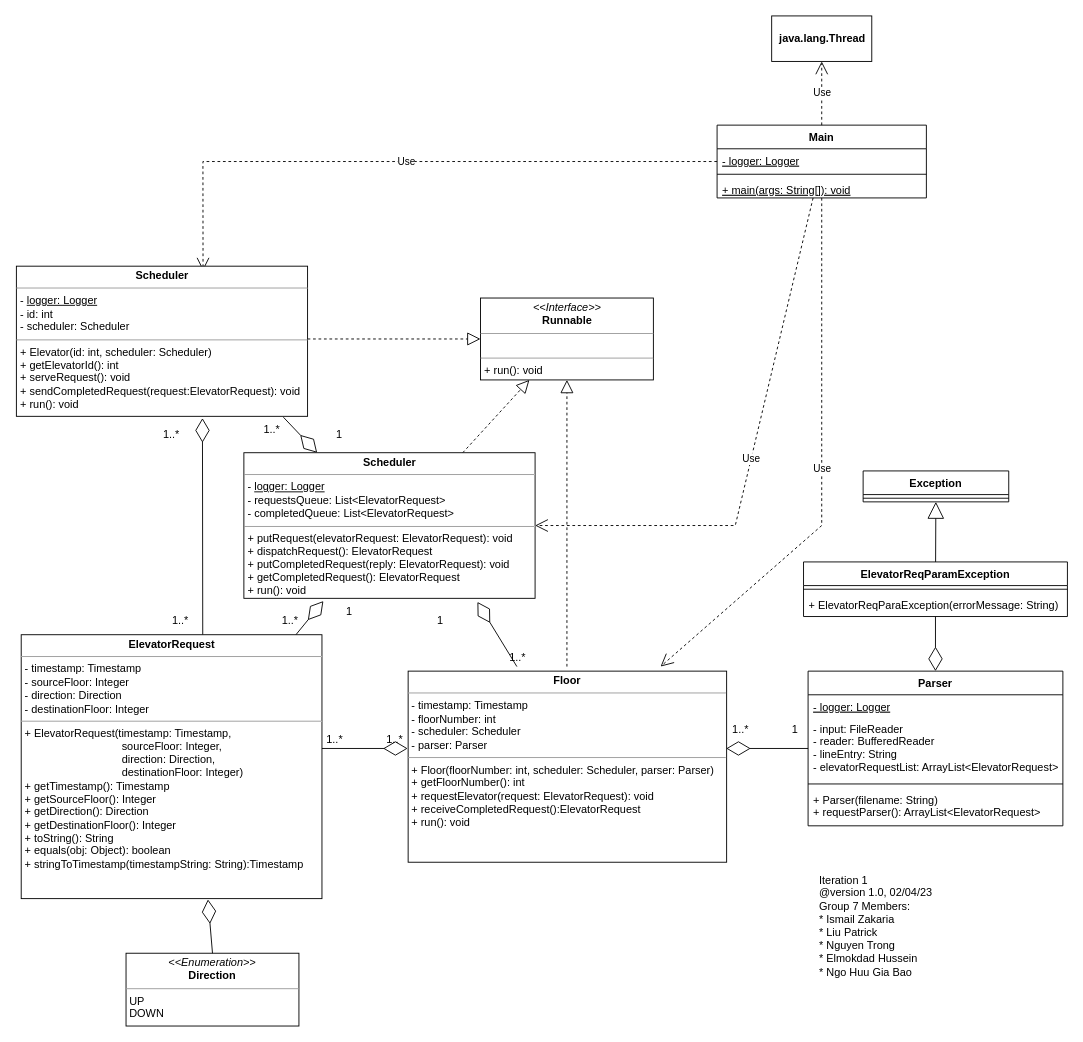
Before: page "class" (1 of 2) of documentation/P1-UML.drawio in bobbyngo/Elevator-Control-System-And-Simulator, a draw.io diagram. Source tidied: cells renumbered, new cells numbered last; positions are measured from the earlier drawing's top-left corner, leaving out a move shared by most shapes. Both pictures are drawn from the tidied source at 91%, with x=0, y=0 at pixel (16, 15).
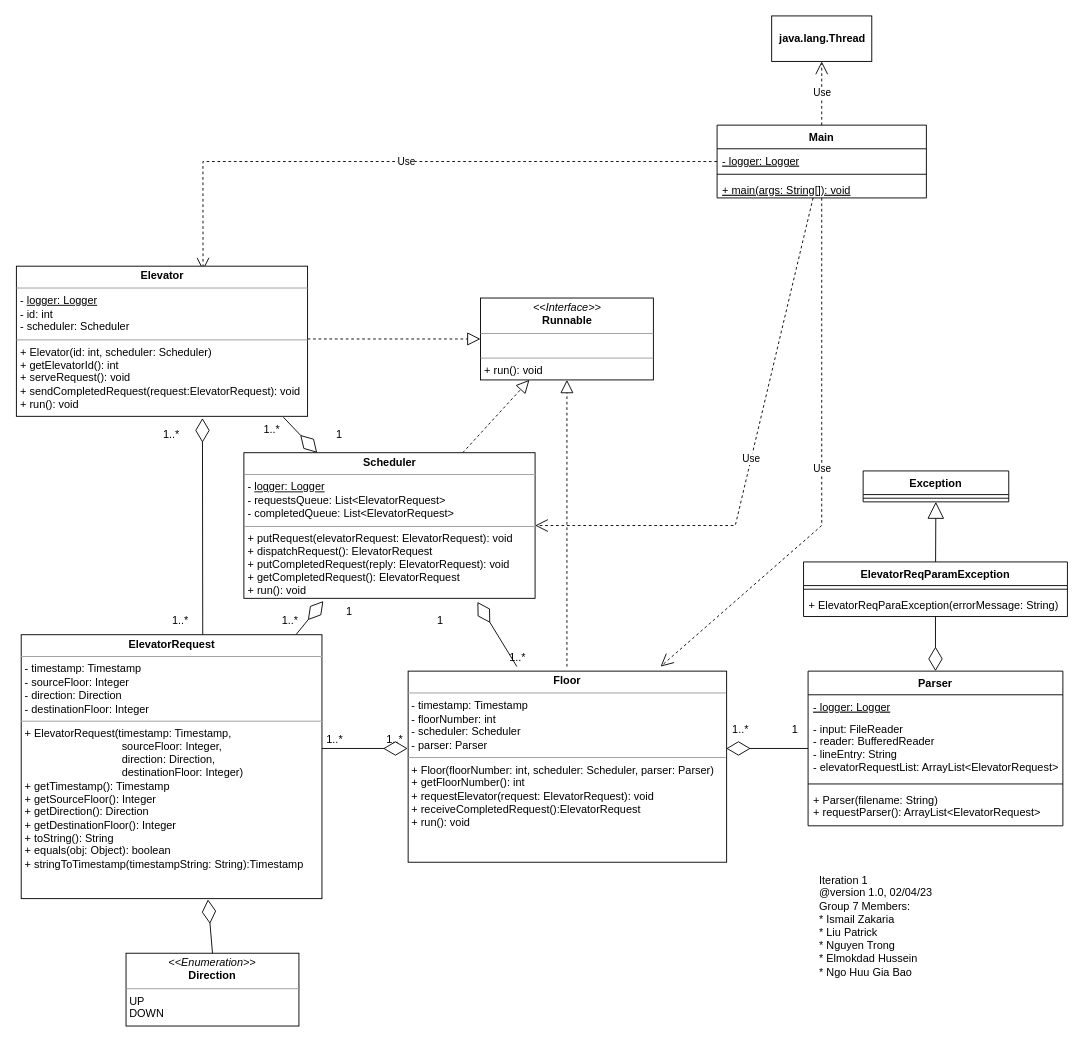
Above is the later version.

Commit message (it also covers changes not shown here):
update UML class diagram

Change to the diagram source:
```diff
@@
-    <mxCell id="48" value="&lt;p style=&quot;margin:0px;margin-top:4px;text-align:center;&quot;&gt;&lt;b&gt;Scheduler&lt;/b&gt;&lt;br&gt;&lt;/p&gt;&lt;hr size=&quot;1&quot;&gt;&lt;p style=&quot;margin:0px;margin-left:4px;&quot;&gt;- &lt;u&gt;logger: Logger&lt;/u&gt;&lt;br&gt;&lt;/p&gt;&lt;p style=&quot;margin:0px;margin-left:4px;&quot;&gt;- id: int&lt;br style=&quot;border-color: var(--border-color); padding: 0px; margin: 0px;&quot;&gt;- scheduler: Scheduler&lt;br&gt;&lt;/p&gt;&lt;hr size=&quot;1&quot;&gt;&lt;p style=&quot;margin:0px;margin-left:4px;&quot;&gt;+ Elevator(id: int, scheduler: Scheduler)&lt;br style=&quot;border-color: var(--border-color); padding: 0px; margin: 0px;&quot;&gt;+ getElevatorId(): int&lt;br style=&quot;border-color: var(--border-color); padding: 0px; margin: 0px;&quot;&gt;+ serveRequest(): void&lt;/p&gt;&lt;p style=&quot;margin:0px;margin-left:4px;&quot;&gt;+ sendCompletedRequest(request:ElevatorRequest): void&lt;br style=&quot;border-color: var(--border-color); padding: 0px; margin: 0px;&quot;&gt;+ run(): void&lt;br&gt;&lt;/p&gt;" style="verticalAlign=top;align=left;overflow=fill;fontSize=12;fontFamily=Helvetica;html=1;" parent="1" vertex="1">
+    <mxCell id="48" value="&lt;p style=&quot;margin:0px;margin-top:4px;text-align:center;&quot;&gt;&lt;b&gt;Elevator&lt;/b&gt;&lt;br&gt;&lt;/p&gt;&lt;hr size=&quot;1&quot;&gt;&lt;p style=&quot;margin:0px;margin-left:4px;&quot;&gt;- &lt;u&gt;logger: Logger&lt;/u&gt;&lt;br&gt;&lt;/p&gt;&lt;p style=&quot;margin:0px;margin-left:4px;&quot;&gt;- id: int&lt;br style=&quot;border-color: var(--border-color); padding: 0px; margin: 0px;&quot;&gt;- scheduler: Scheduler&lt;br&gt;&lt;/p&gt;&lt;hr size=&quot;1&quot;&gt;&lt;p style=&quot;margin:0px;margin-left:4px;&quot;&gt;+ Elevator(id: int, scheduler: Scheduler)&lt;br style=&quot;border-color: var(--border-color); padding: 0px; margin: 0px;&quot;&gt;+ getElevatorId(): int&lt;br style=&quot;border-color: var(--border-color); padding: 0px; margin: 0px;&quot;&gt;+ serveRequest(): void&lt;/p&gt;&lt;p style=&quot;margin:0px;margin-left:4px;&quot;&gt;+ sendCompletedRequest(request:ElevatorRequest): void&lt;br style=&quot;border-color: var(--border-color); padding: 0px; margin: 0px;&quot;&gt;+ run(): void&lt;br&gt;&lt;/p&gt;" style="verticalAlign=top;align=left;overflow=fill;fontSize=12;fontFamily=Helvetica;html=1;" parent="1" vertex="1">
       <mxGeometry x="-0.5" y="275" width="320" height="165" as="geometry" />
     </mxCell>
```
